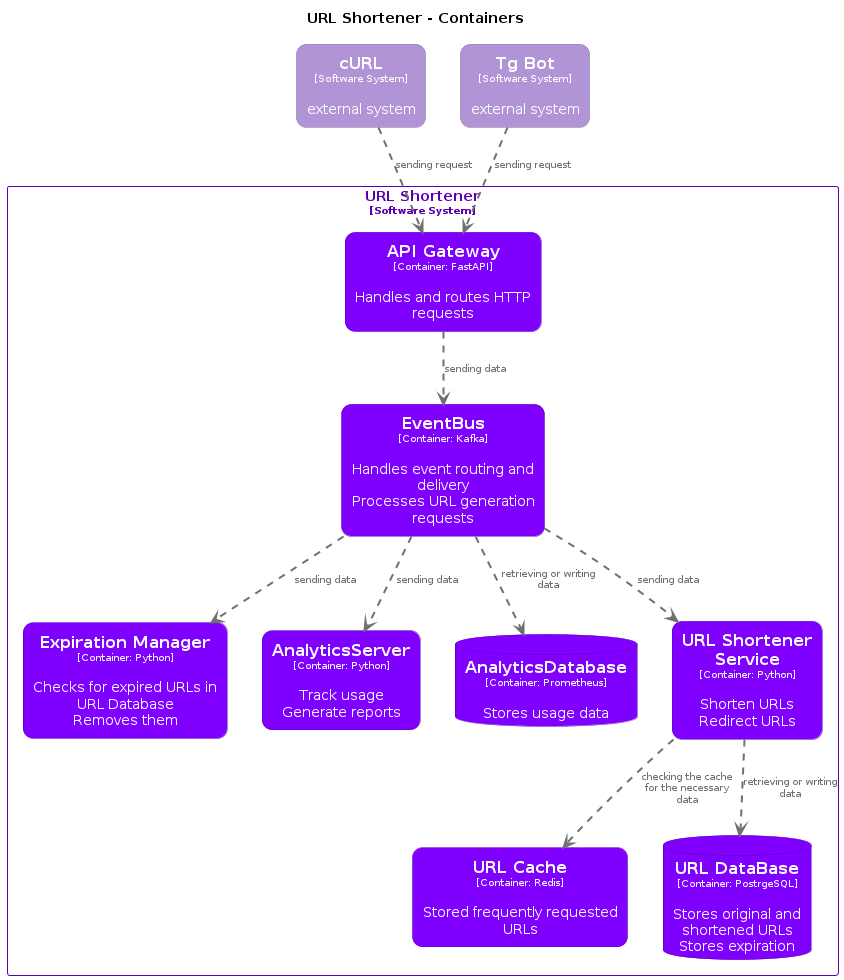
Before: architecture/diagrams/structurizr-Container-001.png, a diagram exported from PlantUML (neojelll/url-shortener). The source it was exported from:
```plantuml
@startuml
set separator none
title URL Shortener - Containers

top to bottom direction

skinparam {
  arrowFontSize 10
  defaultTextAlignment center
  wrapWidth 200
  maxMessageSize 100
}

hide stereotype

skinparam rectangle<<URLShortener.APIGateway>> {
  BackgroundColor #8000ff
  FontColor #ffffff
  BorderColor #5900b2
  roundCorner 20
  shadowing false
}
skinparam database<<URLShortener.AnalyticsDatabase>> {
  BackgroundColor #8000ff
  FontColor #ffffff
  BorderColor #5900b2
  shadowing false
}
skinparam rectangle<<URLShortener.AnalyticsServer>> {
  BackgroundColor #8000ff
  FontColor #ffffff
  BorderColor #5900b2
  roundCorner 20
  shadowing false
}
skinparam rectangle<<URLShortener.EventBus>> {
  BackgroundColor #8000ff
  FontColor #ffffff
  BorderColor #5900b2
  roundCorner 20
  shadowing false
}
skinparam rectangle<<URLShortener.ExpirationManager>> {
  BackgroundColor #8000ff
  FontColor #ffffff
  BorderColor #5900b2
  roundCorner 20
  shadowing false
}
skinparam rectangle<<TgBot>> {
  BackgroundColor #b094d6
  FontColor #ffffff
  BorderColor #7b6795
  roundCorner 20
  shadowing false
}
skinparam rectangle<<URLShortener.URLCache>> {
  BackgroundColor #8000ff
  FontColor #ffffff
  BorderColor #5900b2
  roundCorner 20
  shadowing false
}
skinparam database<<URLShortener.URLDataBase>> {
  BackgroundColor #8000ff
  FontColor #ffffff
  BorderColor #5900b2
  shadowing false
}
skinparam rectangle<<URLShortener.URLShortenerService>> {
  BackgroundColor #8000ff
  FontColor #ffffff
  BorderColor #5900b2
  roundCorner 20
  shadowing false
}
skinparam rectangle<<cURL>> {
  BackgroundColor #b094d6
  FontColor #ffffff
  BorderColor #7b6795
  roundCorner 20
  shadowing false
}
skinparam rectangle<<URLShortener>> {
  BorderColor #5900b2
  FontColor #5900b2
  shadowing false
}

rectangle "==cURL\n<size:10>[Software System]</size>\n\nexternal system" <<cURL>> as cURL
rectangle "==Tg Bot\n<size:10>[Software System]</size>\n\nexternal system" <<TgBot>> as TgBot

rectangle "URL Shortener\n<size:10>[Software System]</size>" <<URLShortener>> {
  rectangle "==URL Cache\n<size:10>[Container: Redis]</size>\n\nStored frequently requested URLs" <<URLShortener.URLCache>> as URLShortener.URLCache
  database "==URL DataBase\n<size:10>[Container: PostrgeSQL]</size>\n\nStores original and shortened URLs\nStores expiration" <<URLShortener.URLDataBase>> as URLShortener.URLDataBase
  rectangle "==Expiration Manager\n<size:10>[Container: Python]</size>\n\nChecks for expired URLs in URL Database\nRemoves them" <<URLShortener.ExpirationManager>> as URLShortener.ExpirationManager
  rectangle "==API Gateway\n<size:10>[Container: FastAPI]</size>\n\nHandles and routes HTTP requests" <<URLShortener.APIGateway>> as URLShortener.APIGateway
  rectangle "==EventBus\n<size:10>[Container: Kafka]</size>\n\nHandles event routing and delivery\nProcesses URL generation requests" <<URLShortener.EventBus>> as URLShortener.EventBus
  rectangle "==AnalyticsServer\n<size:10>[Container: Python]</size>\n\nTrack usage\nGenerate reports" <<URLShortener.AnalyticsServer>> as URLShortener.AnalyticsServer
  database "==AnalyticsDatabase\n<size:10>[Container: Prometheus]</size>\n\nStores usage data" <<URLShortener.AnalyticsDatabase>> as URLShortener.AnalyticsDatabase
  rectangle "==URL Shortener Service\n<size:10>[Container: Python]</size>\n\nShorten URLs\nRedirect URLs" <<URLShortener.URLShortenerService>> as URLShortener.URLShortenerService
}

cURL .[#707070,thickness=2].> URLShortener.APIGateway : "<color:#707070>sending request"
TgBot .[#707070,thickness=2].> URLShortener.APIGateway : "<color:#707070>sending request"
URLShortener.APIGateway .[#707070,thickness=2].> URLShortener.EventBus : "<color:#707070>sending data"
URLShortener.EventBus .[#707070,thickness=2].> URLShortener.AnalyticsServer : "<color:#707070>sending data"
URLShortener.EventBus .[#707070,thickness=2].> URLShortener.AnalyticsDatabase : "<color:#707070>retrieving or writing data"
URLShortener.EventBus .[#707070,thickness=2].> URLShortener.URLShortenerService : "<color:#707070>sending data"
URLShortener.EventBus .[#707070,thickness=2].> URLShortener.ExpirationManager : "<color:#707070>sending data"
URLShortener.URLShortenerService .[#707070,thickness=2].> URLShortener.URLDataBase : "<color:#707070>retrieving or writing data"
URLShortener.URLShortenerService .[#707070,thickness=2].> URLShortener.URLCache : "<color:#707070>checking the cache for the necessary data"
@enduml
```
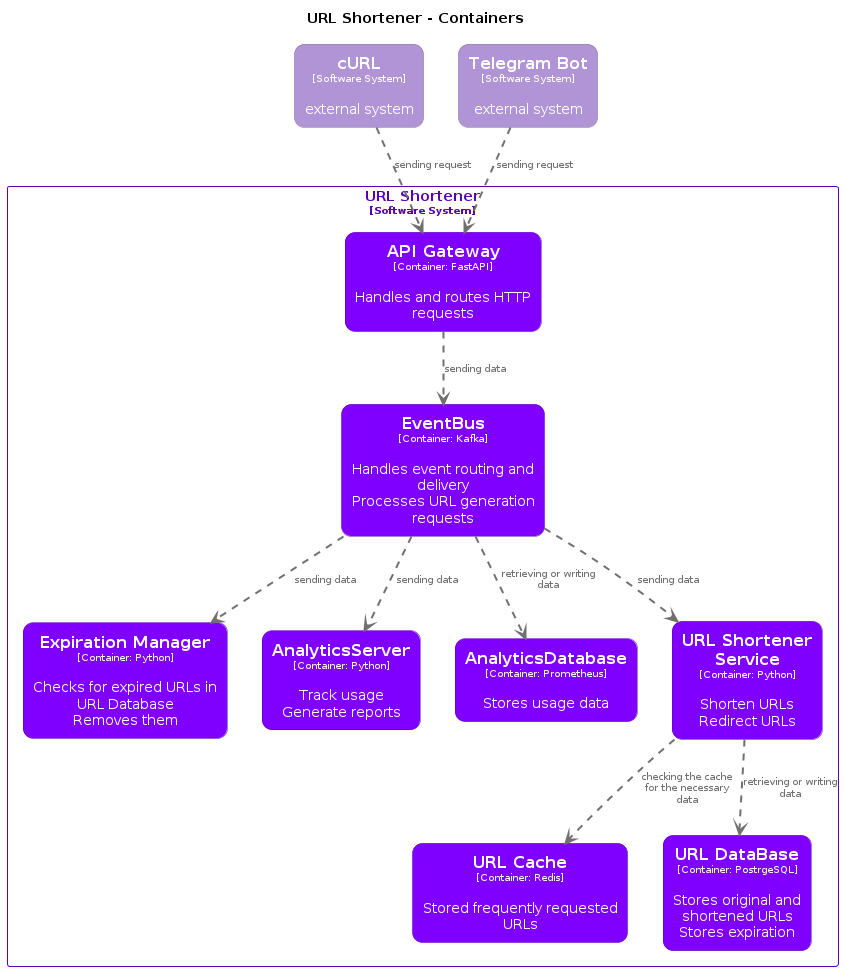
Later version of the same file.

Commit message:
chores(C4 diagrams): Update Structurizr diagrams

The edit, as a diff of the source:
```diff
@@ -20,10 +20,11 @@
   roundCorner 20
   shadowing false
 }
-skinparam database<<URLShortener.AnalyticsDatabase>> {
+skinparam rectangle<<URLShortener.AnalyticsDatabase>> {
   BackgroundColor #8000ff
   FontColor #ffffff
   BorderColor #5900b2
+  roundCorner 20
   shadowing false
 }
 skinparam rectangle<<URLShortener.AnalyticsServer>> {
@@ -47,7 +48,7 @@
   roundCorner 20
   shadowing false
 }
-skinparam rectangle<<TgBot>> {
+skinparam rectangle<<TelegramBot>> {
   BackgroundColor #b094d6
   FontColor #ffffff
   BorderColor #7b6795
@@ -61,10 +62,11 @@
   roundCorner 20
   shadowing false
 }
-skinparam database<<URLShortener.URLDataBase>> {
+skinparam rectangle<<URLShortener.URLDataBase>> {
   BackgroundColor #8000ff
   FontColor #ffffff
   BorderColor #5900b2
+  roundCorner 20
   shadowing false
 }
 skinparam rectangle<<URLShortener.URLShortenerService>> {
@@ -88,21 +90,21 @@
 }
 
 rectangle "==cURL\n<size:10>[Software System]</size>\n\nexternal system" <<cURL>> as cURL
-rectangle "==Tg Bot\n<size:10>[Software System]</size>\n\nexternal system" <<TgBot>> as TgBot
+rectangle "==Telegram Bot\n<size:10>[Software System]</size>\n\nexternal system" <<TelegramBot>> as TelegramBot
 
 rectangle "URL Shortener\n<size:10>[Software System]</size>" <<URLShortener>> {
   rectangle "==URL Cache\n<size:10>[Container: Redis]</size>\n\nStored frequently requested URLs" <<URLShortener.URLCache>> as URLShortener.URLCache
-  database "==URL DataBase\n<size:10>[Container: PostrgeSQL]</size>\n\nStores original and shortened URLs\nStores expiration" <<URLShortener.URLDataBase>> as URLShortener.URLDataBase
+  rectangle "==URL DataBase\n<size:10>[Container: PostrgeSQL]</size>\n\nStores original and shortened URLs\nStores expiration" <<URLShortener.URLDataBase>> as URLShortener.URLDataBase
   rectangle "==Expiration Manager\n<size:10>[Container: Python]</size>\n\nChecks for expired URLs in URL Database\nRemoves them" <<URLShortener.ExpirationManager>> as URLShortener.ExpirationManager
   rectangle "==API Gateway\n<size:10>[Container: FastAPI]</size>\n\nHandles and routes HTTP requests" <<URLShortener.APIGateway>> as URLShortener.APIGateway
   rectangle "==EventBus\n<size:10>[Container: Kafka]</size>\n\nHandles event routing and delivery\nProcesses URL generation requests" <<URLShortener.EventBus>> as URLShortener.EventBus
   rectangle "==AnalyticsServer\n<size:10>[Container: Python]</size>\n\nTrack usage\nGenerate reports" <<URLShortener.AnalyticsServer>> as URLShortener.AnalyticsServer
-  database "==AnalyticsDatabase\n<size:10>[Container: Prometheus]</size>\n\nStores usage data" <<URLShortener.AnalyticsDatabase>> as URLShortener.AnalyticsDatabase
+  rectangle "==AnalyticsDatabase\n<size:10>[Container: Prometheus]</size>\n\nStores usage data" <<URLShortener.AnalyticsDatabase>> as URLShortener.AnalyticsDatabase
   rectangle "==URL Shortener Service\n<size:10>[Container: Python]</size>\n\nShorten URLs\nRedirect URLs" <<URLShortener.URLShortenerService>> as URLShortener.URLShortenerService
 }
 
 cURL .[#707070,thickness=2].> URLShortener.APIGateway : "<color:#707070>sending request"
-TgBot .[#707070,thickness=2].> URLShortener.APIGateway : "<color:#707070>sending request"
+TelegramBot .[#707070,thickness=2].> URLShortener.APIGateway : "<color:#707070>sending request"
 URLShortener.APIGateway .[#707070,thickness=2].> URLShortener.EventBus : "<color:#707070>sending data"
 URLShortener.EventBus .[#707070,thickness=2].> URLShortener.AnalyticsServer : "<color:#707070>sending data"
 URLShortener.EventBus .[#707070,thickness=2].> URLShortener.AnalyticsDatabase : "<color:#707070>retrieving or writing data"
```
